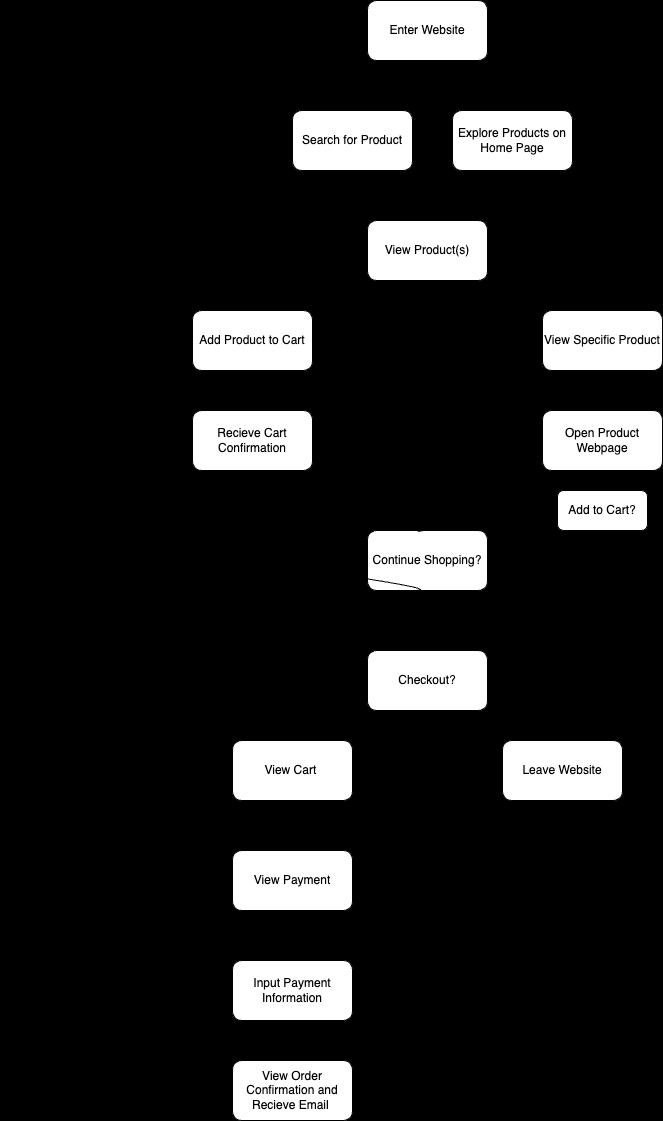
This is explore/diagramming/diagram.drawio.png from rohanmad/sp25-cse110-lab4, a draw.io export, as it was before one commit. Source tidied: cells renumbered, new cells last; positions are measured from the earlier drawing's top-left corner, leaving out a move shared by most shapes.
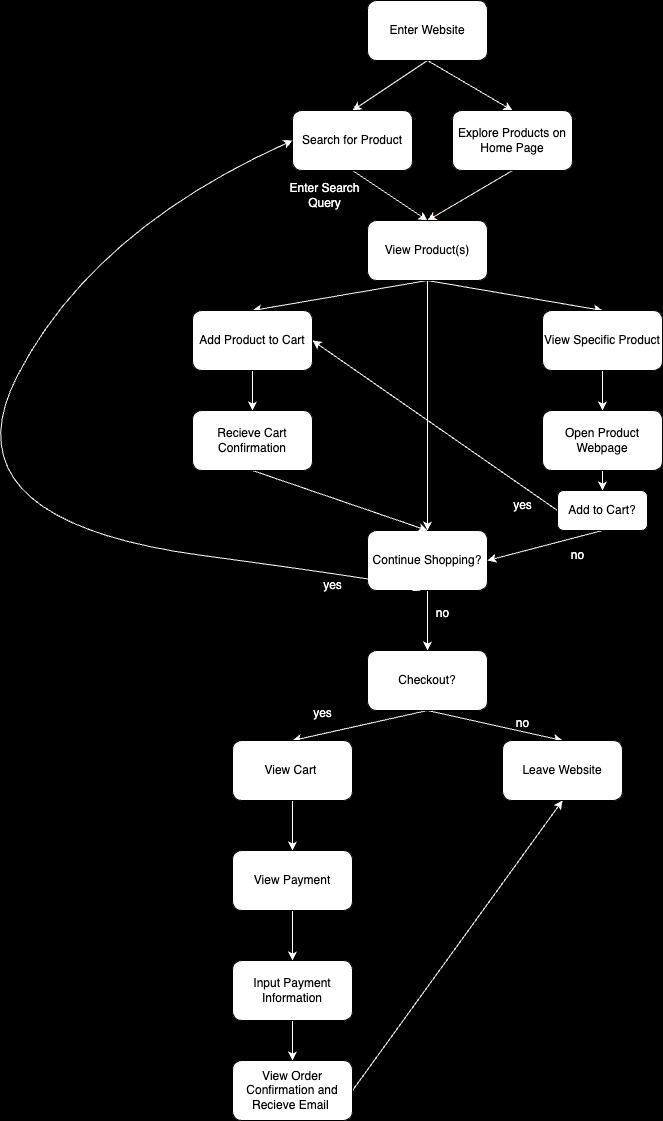
After the change.

Commit message:
white arrows and text for diagram

What changed in the source:
```diff
@@ -2,34 +2,34 @@
   <root>
     <mxCell id="0" />
     <mxCell id="1" parent="0" />
-    <mxCell id="2" style="edgeStyle=none;html=1;exitX=0.5;exitY=1;exitDx=0;exitDy=0;entryX=0.5;entryY=0;entryDx=0;entryDy=0;" parent="1" edge="1" source="4" target="8">
+    <mxCell id="2" style="edgeStyle=none;html=1;exitX=0.5;exitY=1;exitDx=0;exitDy=0;entryX=0.5;entryY=0;entryDx=0;entryDy=0;strokeColor=#FFFFFF;" parent="1" edge="1" source="4" target="8">
       <mxGeometry relative="1" as="geometry" />
     </mxCell>
-    <mxCell id="3" style="edgeStyle=none;html=1;exitX=0.5;exitY=1;exitDx=0;exitDy=0;entryX=0.5;entryY=0;entryDx=0;entryDy=0;" parent="1" edge="1" source="4" target="6">
+    <mxCell id="3" style="edgeStyle=none;html=1;exitX=0.5;exitY=1;exitDx=0;exitDy=0;entryX=0.5;entryY=0;entryDx=0;entryDy=0;strokeColor=#FFFFFF;" parent="1" edge="1" source="4" target="6">
       <mxGeometry relative="1" as="geometry" />
     </mxCell>
     <mxCell id="4" value="Enter Website" style="rounded=1;whiteSpace=wrap;html=1;" parent="1" vertex="1">
       <mxGeometry x="425" width="120" height="60" as="geometry" />
     </mxCell>
-    <mxCell id="5" style="edgeStyle=none;html=1;exitX=0.5;exitY=1;exitDx=0;exitDy=0;entryX=0.5;entryY=0;entryDx=0;entryDy=0;" parent="1" edge="1" source="6" target="12">
+    <mxCell id="5" style="edgeStyle=none;html=1;exitX=0.5;exitY=1;exitDx=0;exitDy=0;entryX=0.5;entryY=0;entryDx=0;entryDy=0;strokeColor=#FFFFFF;" parent="1" edge="1" source="6" target="12">
       <mxGeometry relative="1" as="geometry" />
     </mxCell>
     <mxCell id="6" value="Search for Product" style="rounded=1;whiteSpace=wrap;html=1;" parent="1" vertex="1">
       <mxGeometry x="350" y="110" width="120" height="60" as="geometry" />
     </mxCell>
-    <mxCell id="7" style="edgeStyle=none;html=1;exitX=0.5;exitY=1;exitDx=0;exitDy=0;entryX=0.5;entryY=0;entryDx=0;entryDy=0;" parent="1" edge="1" source="8" target="12">
+    <mxCell id="7" style="edgeStyle=none;html=1;exitX=0.5;exitY=1;exitDx=0;exitDy=0;entryX=0.5;entryY=0;entryDx=0;entryDy=0;strokeColor=#FFF1ED;" parent="1" edge="1" source="8" target="12">
       <mxGeometry relative="1" as="geometry" />
     </mxCell>
     <mxCell id="8" value="Explore Products on Home Page" style="rounded=1;whiteSpace=wrap;html=1;" parent="1" vertex="1">
       <mxGeometry x="510" y="110" width="120" height="60" as="geometry" />
     </mxCell>
-    <mxCell id="9" style="edgeStyle=none;html=1;exitX=0.5;exitY=1;exitDx=0;exitDy=0;entryX=0.5;entryY=0;entryDx=0;entryDy=0;" parent="1" edge="1" source="12" target="15">
+    <mxCell id="9" style="edgeStyle=none;html=1;exitX=0.5;exitY=1;exitDx=0;exitDy=0;entryX=0.5;entryY=0;entryDx=0;entryDy=0;strokeColor=#FFFFFF;" parent="1" edge="1" source="12" target="15">
       <mxGeometry relative="1" as="geometry" />
     </mxCell>
-    <mxCell id="10" style="edgeStyle=none;html=1;exitX=0.5;exitY=1;exitDx=0;exitDy=0;entryX=0.5;entryY=0;entryDx=0;entryDy=0;" parent="1" edge="1" source="12" target="17">
+    <mxCell id="10" style="edgeStyle=none;html=1;exitX=0.5;exitY=1;exitDx=0;exitDy=0;entryX=0.5;entryY=0;entryDx=0;entryDy=0;strokeColor=#FFFFFF;" parent="1" edge="1" source="12" target="17">
       <mxGeometry relative="1" as="geometry" />
     </mxCell>
-    <mxCell id="11" style="edgeStyle=none;html=1;exitX=0.5;exitY=1;exitDx=0;exitDy=0;" parent="1" edge="1" source="12">
+    <mxCell id="11" style="edgeStyle=none;html=1;exitX=0.5;exitY=1;exitDx=0;exitDy=0;strokeColor=#FFFFFF;" parent="1" edge="1" source="12">
       <mxGeometry relative="1" as="geometry">
         <mxPoint x="485" y="530" as="targetPoint" />
       </mxGeometry>
@@ -37,55 +37,55 @@
     <mxCell id="12" value="View Product(s)" style="rounded=1;whiteSpace=wrap;html=1;" parent="1" vertex="1">
       <mxGeometry x="425" y="220" width="120" height="60" as="geometry" />
     </mxCell>
-    <mxCell id="13" value="Enter Search Query" style="text;html=1;align=center;verticalAlign=middle;whiteSpace=wrap;rounded=0;" parent="1" vertex="1">
+    <mxCell id="13" value="Enter Search Query" style="text;html=1;align=center;verticalAlign=middle;whiteSpace=wrap;rounded=0;fontColor=#FFFFFF;" parent="1" vertex="1">
       <mxGeometry x="340" y="180" width="85" height="30" as="geometry" />
     </mxCell>
-    <mxCell id="14" style="edgeStyle=none;html=1;exitX=0.5;exitY=1;exitDx=0;exitDy=0;entryX=0.5;entryY=0;entryDx=0;entryDy=0;" parent="1" edge="1" source="15" target="19">
+    <mxCell id="14" style="edgeStyle=none;html=1;exitX=0.5;exitY=1;exitDx=0;exitDy=0;entryX=0.5;entryY=0;entryDx=0;entryDy=0;strokeColor=#FFFFFF;" parent="1" edge="1" source="15" target="19">
       <mxGeometry relative="1" as="geometry" />
     </mxCell>
     <mxCell id="15" value="View Specific Product" style="rounded=1;whiteSpace=wrap;html=1;" parent="1" vertex="1">
       <mxGeometry x="600" y="310" width="120" height="60" as="geometry" />
     </mxCell>
-    <mxCell id="16" style="edgeStyle=none;html=1;exitX=0.5;exitY=1;exitDx=0;exitDy=0;entryX=0.5;entryY=0;entryDx=0;entryDy=0;" parent="1" edge="1" source="17" target="23">
+    <mxCell id="16" style="edgeStyle=none;html=1;exitX=0.5;exitY=1;exitDx=0;exitDy=0;entryX=0.5;entryY=0;entryDx=0;entryDy=0;strokeColor=#FFFFFF;" parent="1" edge="1" source="17" target="23">
       <mxGeometry relative="1" as="geometry" />
     </mxCell>
     <mxCell id="17" value="Add Product to Cart" style="rounded=1;whiteSpace=wrap;html=1;" parent="1" vertex="1">
       <mxGeometry x="250" y="310" width="120" height="60" as="geometry" />
     </mxCell>
-    <mxCell id="18" style="edgeStyle=none;html=1;exitX=0.5;exitY=1;exitDx=0;exitDy=0;entryX=0.5;entryY=0;entryDx=0;entryDy=0;" parent="1" edge="1" source="19" target="26">
+    <mxCell id="18" style="edgeStyle=none;html=1;exitX=0.5;exitY=1;exitDx=0;exitDy=0;entryX=0.5;entryY=0;entryDx=0;entryDy=0;strokeColor=#FFFFFF;" parent="1" edge="1" source="19" target="26">
       <mxGeometry relative="1" as="geometry" />
     </mxCell>
     <mxCell id="19" value="Open Product Webpage" style="rounded=1;whiteSpace=wrap;html=1;" parent="1" vertex="1">
       <mxGeometry x="600" y="410" width="120" height="60" as="geometry" />
     </mxCell>
-    <mxCell id="20" style="edgeStyle=none;html=1;exitX=0.5;exitY=1;exitDx=0;exitDy=0;entryX=0.5;entryY=0;entryDx=0;entryDy=0;" parent="1" edge="1" source="21" target="33">
+    <mxCell id="20" style="edgeStyle=none;html=1;exitX=0.5;exitY=1;exitDx=0;exitDy=0;entryX=0.5;entryY=0;entryDx=0;entryDy=0;strokeColor=#FFFFFF;" parent="1" edge="1" source="21" target="33">
       <mxGeometry relative="1" as="geometry" />
     </mxCell>
     <mxCell id="21" value="Continue Shopping?" style="rounded=1;whiteSpace=wrap;html=1;" parent="1" vertex="1">
       <mxGeometry x="425" y="530" width="120" height="60" as="geometry" />
     </mxCell>
-    <mxCell id="22" style="edgeStyle=none;html=1;exitX=0.5;exitY=1;exitDx=0;exitDy=0;entryX=0.5;entryY=0;entryDx=0;entryDy=0;" parent="1" edge="1" source="23" target="21">
+    <mxCell id="22" style="edgeStyle=none;html=1;exitX=0.5;exitY=1;exitDx=0;exitDy=0;entryX=0.5;entryY=0;entryDx=0;entryDy=0;strokeColor=#FFFFFF;" parent="1" edge="1" source="23" target="21">
       <mxGeometry relative="1" as="geometry" />
     </mxCell>
     <mxCell id="23" value="Recieve Cart Confirmation" style="rounded=1;whiteSpace=wrap;html=1;" parent="1" vertex="1">
       <mxGeometry x="250" y="410" width="120" height="60" as="geometry" />
     </mxCell>
-    <mxCell id="24" style="edgeStyle=none;html=1;exitX=0;exitY=0.5;exitDx=0;exitDy=0;entryX=1;entryY=0.5;entryDx=0;entryDy=0;" parent="1" edge="1" source="26" target="17">
+    <mxCell id="24" style="edgeStyle=none;html=1;exitX=0;exitY=0.5;exitDx=0;exitDy=0;entryX=1;entryY=0.5;entryDx=0;entryDy=0;strokeColor=#FFFFFF;" parent="1" edge="1" source="26" target="17">
       <mxGeometry relative="1" as="geometry" />
     </mxCell>
-    <mxCell id="25" style="edgeStyle=none;html=1;exitX=0.5;exitY=1;exitDx=0;exitDy=0;entryX=1;entryY=0.5;entryDx=0;entryDy=0;" parent="1" edge="1" source="26" target="21">
+    <mxCell id="25" style="edgeStyle=none;html=1;exitX=0.5;exitY=1;exitDx=0;exitDy=0;entryX=1;entryY=0.5;entryDx=0;entryDy=0;strokeColor=#FFFFFF;" parent="1" edge="1" source="26" target="21">
       <mxGeometry relative="1" as="geometry" />
     </mxCell>
     <mxCell id="26" value="Add to Cart?" style="rounded=1;whiteSpace=wrap;html=1;" parent="1" vertex="1">
       <mxGeometry x="615" y="490" width="90" height="40" as="geometry" />
     </mxCell>
-    <mxCell id="27" value="yes" style="text;html=1;align=center;verticalAlign=middle;strokeColor=none;fillColor=none;" parent="1" vertex="1">
+    <mxCell id="27" value="yes" style="text;html=1;align=center;verticalAlign=middle;strokeColor=none;fillColor=none;fontColor=#FFFFFF;" parent="1" vertex="1">
       <mxGeometry x="560" y="490" width="40" height="30" as="geometry" />
     </mxCell>
-    <mxCell id="28" value="no" style="text;html=1;align=center;verticalAlign=middle;strokeColor=none;fillColor=none;" parent="1" vertex="1">
+    <mxCell id="28" value="no" style="text;html=1;align=center;verticalAlign=middle;strokeColor=none;fillColor=none;fontColor=#FFFFFF;" parent="1" vertex="1">
       <mxGeometry x="615" y="540" width="40" height="30" as="geometry" />
     </mxCell>
-    <mxCell id="29" style="curved=1;endArrow=classic;html=1;entryX=0;entryY=0.5;entryDx=0;entryDy=0;" parent="1" edge="1" target="6">
+    <mxCell id="29" style="curved=1;endArrow=classic;html=1;entryX=0;entryY=0.5;entryDx=0;entryDy=0;strokeColor=light-dark(#ffffff, #37201c);" parent="1" edge="1" target="6">
       <mxGeometry relative="1" as="geometry">
         <mxPoint x="470" y="590" as="sourcePoint" />
         <Array as="points">
@@ -95,49 +95,49 @@
         </Array>
       </mxGeometry>
     </mxCell>
-    <mxCell id="30" value="yes" style="text;html=1;align=center;verticalAlign=middle;strokeColor=none;fillColor=none;" parent="1" vertex="1">
+    <mxCell id="30" value="yes" style="text;html=1;align=center;verticalAlign=middle;strokeColor=none;fillColor=none;fontColor=#FFFFFF;" parent="1" vertex="1">
       <mxGeometry x="370" y="570" width="40" height="30" as="geometry" />
     </mxCell>
-    <mxCell id="31" style="edgeStyle=none;html=1;exitX=0.5;exitY=1;exitDx=0;exitDy=0;entryX=0.5;entryY=0;entryDx=0;entryDy=0;" parent="1" edge="1" source="33" target="35">
+    <mxCell id="31" style="edgeStyle=none;html=1;exitX=0.5;exitY=1;exitDx=0;exitDy=0;entryX=0.5;entryY=0;entryDx=0;entryDy=0;strokeColor=#FFFFFF;" parent="1" edge="1" source="33" target="35">
       <mxGeometry relative="1" as="geometry" />
     </mxCell>
-    <mxCell id="32" style="edgeStyle=none;html=1;exitX=0.5;exitY=1;exitDx=0;exitDy=0;entryX=0.5;entryY=0;entryDx=0;entryDy=0;" parent="1" edge="1" source="33" target="37">
+    <mxCell id="32" style="edgeStyle=none;html=1;exitX=0.5;exitY=1;exitDx=0;exitDy=0;entryX=0.5;entryY=0;entryDx=0;entryDy=0;fontColor=#FFFFFF;strokeColor=#FFFFFF;" parent="1" edge="1" source="33" target="37">
       <mxGeometry relative="1" as="geometry" />
     </mxCell>
     <mxCell id="33" value="Checkout?" style="rounded=1;whiteSpace=wrap;html=1;" parent="1" vertex="1">
       <mxGeometry x="425" y="650" width="120" height="60" as="geometry" />
     </mxCell>
-    <mxCell id="34" value="no" style="text;html=1;align=center;verticalAlign=middle;strokeColor=none;fillColor=none;" parent="1" vertex="1">
+    <mxCell id="34" value="no" style="text;html=1;align=center;verticalAlign=middle;strokeColor=none;fillColor=none;fontColor=#FFFFFF;" parent="1" vertex="1">
       <mxGeometry x="480" y="598" width="40" height="30" as="geometry" />
     </mxCell>
     <mxCell id="35" value="Leave Website" style="rounded=1;whiteSpace=wrap;html=1;" parent="1" vertex="1">
       <mxGeometry x="560" y="740" width="120" height="60" as="geometry" />
     </mxCell>
-    <mxCell id="36" style="edgeStyle=none;html=1;exitX=0.5;exitY=1;exitDx=0;exitDy=0;entryX=0.5;entryY=0;entryDx=0;entryDy=0;" parent="1" edge="1" source="37" target="41">
+    <mxCell id="36" style="edgeStyle=none;html=1;exitX=0.5;exitY=1;exitDx=0;exitDy=0;entryX=0.5;entryY=0;entryDx=0;entryDy=0;strokeColor=#FFFFFF;" parent="1" edge="1" source="37" target="41">
       <mxGeometry relative="1" as="geometry" />
     </mxCell>
     <mxCell id="37" value="View Cart&amp;nbsp;" style="rounded=1;whiteSpace=wrap;html=1;" parent="1" vertex="1">
       <mxGeometry x="290" y="740" width="120" height="60" as="geometry" />
     </mxCell>
-    <mxCell id="38" value="no" style="text;html=1;align=center;verticalAlign=middle;strokeColor=none;fillColor=none;" parent="1" vertex="1">
+    <mxCell id="38" value="no" style="text;html=1;align=center;verticalAlign=middle;strokeColor=none;fillColor=none;fontColor=light-dark(#ffffff, #ededed);" parent="1" vertex="1">
       <mxGeometry x="560" y="708" width="40" height="30" as="geometry" />
     </mxCell>
-    <mxCell id="39" value="yes" style="text;html=1;align=center;verticalAlign=middle;strokeColor=none;fillColor=none;" parent="1" vertex="1">
+    <mxCell id="39" value="yes" style="text;html=1;align=center;verticalAlign=middle;strokeColor=none;fillColor=none;fontColor=#FFFFFF;" parent="1" vertex="1">
       <mxGeometry x="360" y="698" width="40" height="30" as="geometry" />
     </mxCell>
-    <mxCell id="40" style="edgeStyle=none;html=1;exitX=0.5;exitY=1;exitDx=0;exitDy=0;entryX=0.5;entryY=0;entryDx=0;entryDy=0;" parent="1" edge="1" source="41" target="43">
+    <mxCell id="40" style="edgeStyle=none;html=1;exitX=0.5;exitY=1;exitDx=0;exitDy=0;entryX=0.5;entryY=0;entryDx=0;entryDy=0;strokeColor=#FFFFFF;" parent="1" edge="1" source="41" target="43">
       <mxGeometry relative="1" as="geometry" />
     </mxCell>
     <mxCell id="41" value="View Payment" style="rounded=1;whiteSpace=wrap;html=1;" parent="1" vertex="1">
       <mxGeometry x="290" y="850" width="120" height="60" as="geometry" />
     </mxCell>
-    <mxCell id="42" style="edgeStyle=none;html=1;exitX=0.5;exitY=1;exitDx=0;exitDy=0;entryX=0.5;entryY=0;entryDx=0;entryDy=0;" parent="1" edge="1" source="43" target="45">
+    <mxCell id="42" style="edgeStyle=none;html=1;exitX=0.5;exitY=1;exitDx=0;exitDy=0;entryX=0.5;entryY=0;entryDx=0;entryDy=0;strokeColor=light-dark(#ffffff, #ededed);" parent="1" edge="1" source="43" target="45">
       <mxGeometry relative="1" as="geometry" />
     </mxCell>
     <mxCell id="43" value="Input Payment Information" style="rounded=1;whiteSpace=wrap;html=1;" parent="1" vertex="1">
       <mxGeometry x="290" y="960" width="120" height="60" as="geometry" />
     </mxCell>
-    <mxCell id="44" style="edgeStyle=none;html=1;exitX=1;exitY=0.5;exitDx=0;exitDy=0;entryX=0.5;entryY=1;entryDx=0;entryDy=0;" parent="1" edge="1" source="45" target="35">
+    <mxCell id="44" style="edgeStyle=none;html=1;exitX=1;exitY=0.5;exitDx=0;exitDy=0;entryX=0.5;entryY=1;entryDx=0;entryDy=0;strokeColor=#FFFFFF;" parent="1" edge="1" source="45" target="35">
       <mxGeometry relative="1" as="geometry" />
     </mxCell>
     <mxCell id="45" value="View Order Confirmation and Recieve Email&amp;nbsp;" style="rounded=1;whiteSpace=wrap;html=1;" parent="1" vertex="1">
```
